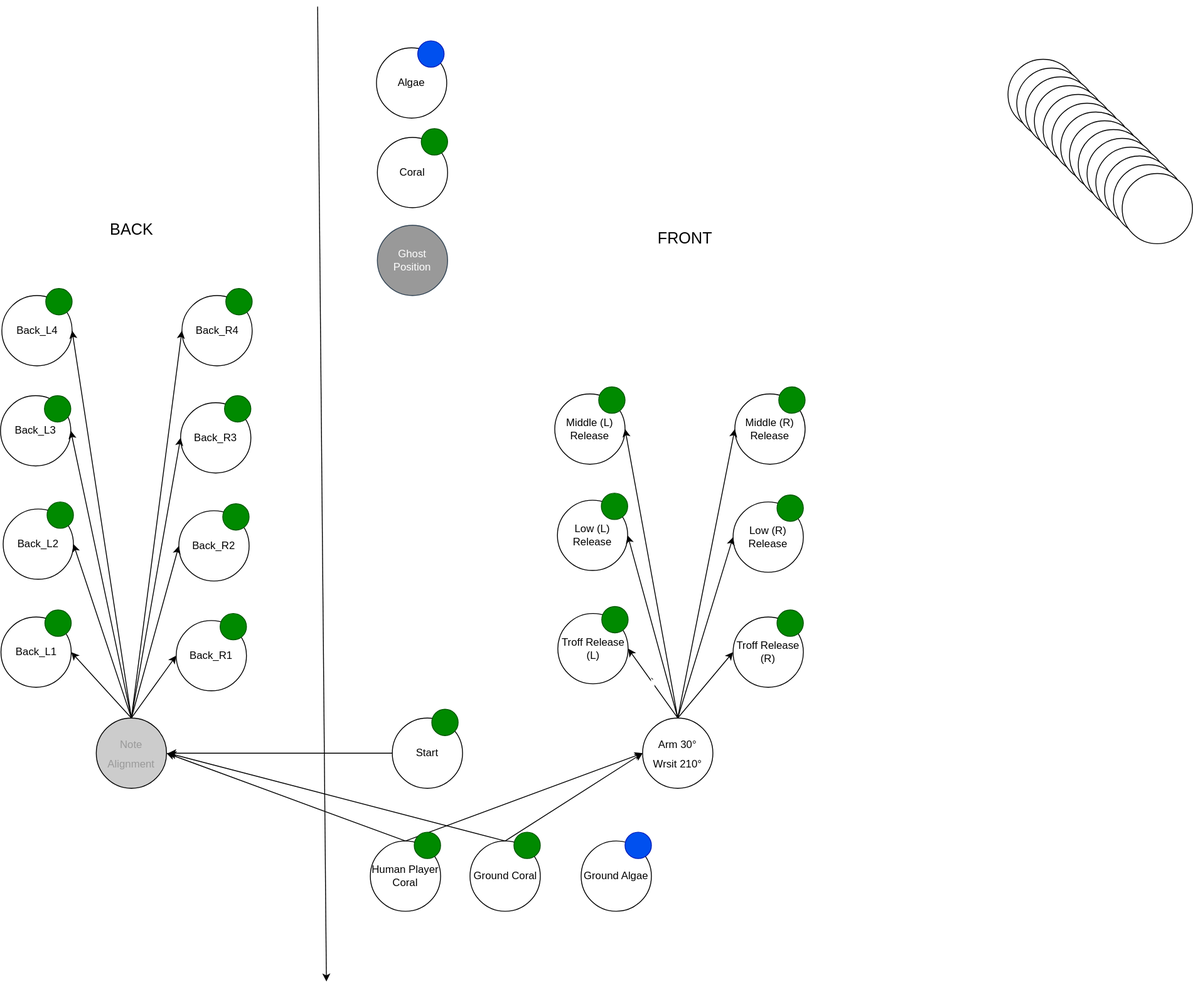
RossRambotics/2025-ReefScape keeps this draw.io diagram as src/main/java/frc/robot/subsystems/ArmControl/ArmGraph.drawio.svg. Above is the earlier version. Source tidied: cells renumbered, new cells last; positions are measured from the earlier drawing's top-left corner, leaving out a move shared by most shapes.
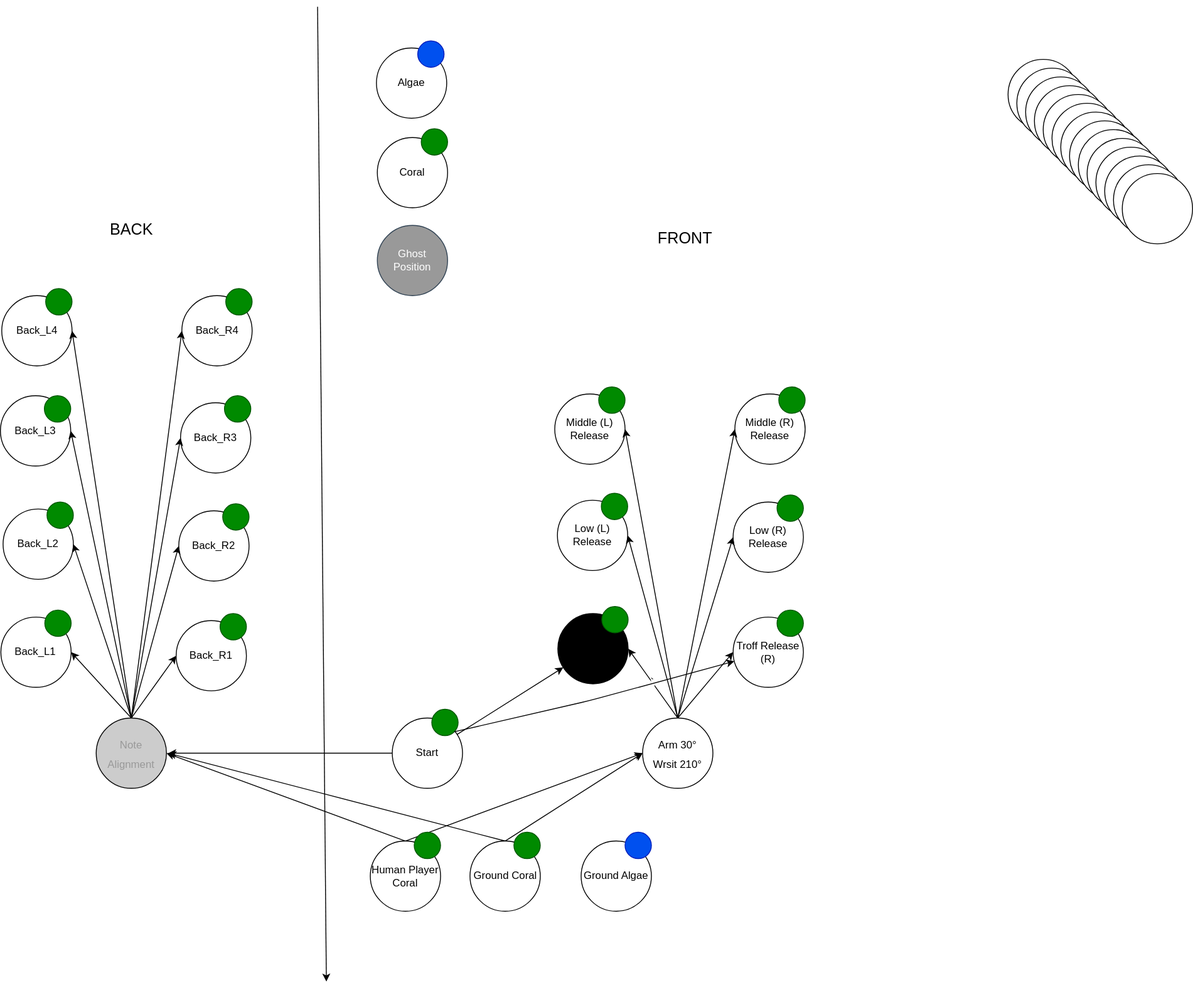
The same file after the commit.

Commit message:
arm controll

What changed in the source:
```diff
@@ -175,7 +175,7 @@
     <mxCell id="57" style="ellipse;whiteSpace=wrap;html=1;fillColor=#008a00;fontColor=#ffffff;strokeColor=#005700;" parent="1" vertex="1">
       <mxGeometry x="250" y="691" width="30" height="30" as="geometry" />
     </mxCell>
-    <mxCell id="58" value="Troff Release (L)" style="ellipse;whiteSpace=wrap;html=1;gradientColor=none;" parent="1" vertex="1">
+    <mxCell id="58" value="Troff Release (L)" style="ellipse;whiteSpace=wrap;html=1;gradientColor=none;fillColor=#000000;" parent="1" vertex="1">
       <mxGeometry x="634.5" y="691" width="80" height="80" as="geometry" />
     </mxCell>
     <mxCell id="59" style="ellipse;whiteSpace=wrap;html=1;fillColor=#008a00;fontColor=#ffffff;strokeColor=#005700;" parent="1" vertex="1">
@@ -246,5 +246,15 @@
         <mxPoint x="191" y="850" as="targetPoint" />
       </mxGeometry>
     </mxCell>
+    <mxCell id="81" style="edgeStyle=none;html=1;fontSize=12;" parent="1" edge="1" source="78" target="58">
+      <mxGeometry relative="1" as="geometry" />
+    </mxCell>
+    <mxCell id="82" style="edgeStyle=none;html=1;fontSize=12;exitX=1;exitY=1;exitDx=0;exitDy=0;" parent="1" edge="1" source="79" target="60">
+      <mxGeometry relative="1" as="geometry">
+        <Array as="points">
+          <mxPoint x="671" y="790" />
+        </Array>
+      </mxGeometry>
+    </mxCell>
   </root>
 </mxGraphModel>
```
